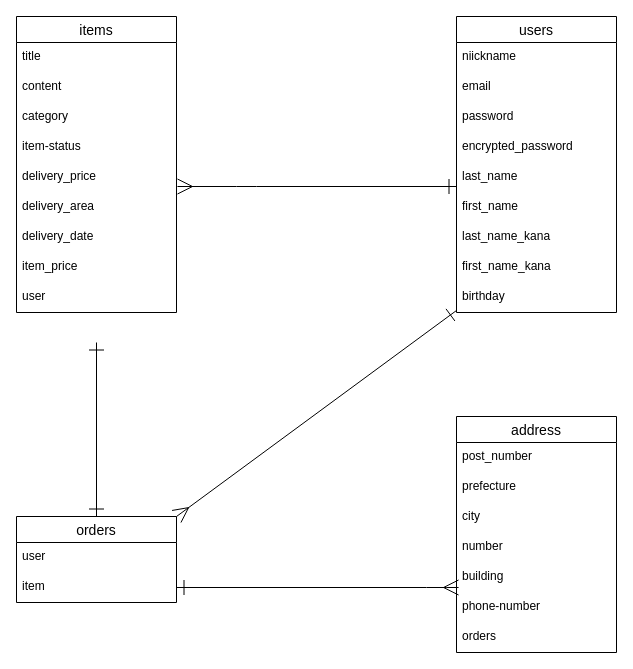
Before: test.dio in kiki2613/furima-40936, a draw.io diagram. Source tidied: cells renumbered, new cells numbered last; positions are measured from the earlier drawing's top-left corner, leaving out a move shared by most shapes. Both pictures are drawn from the tidied source at 100%, with x=0, y=0 at pixel (16, 16).
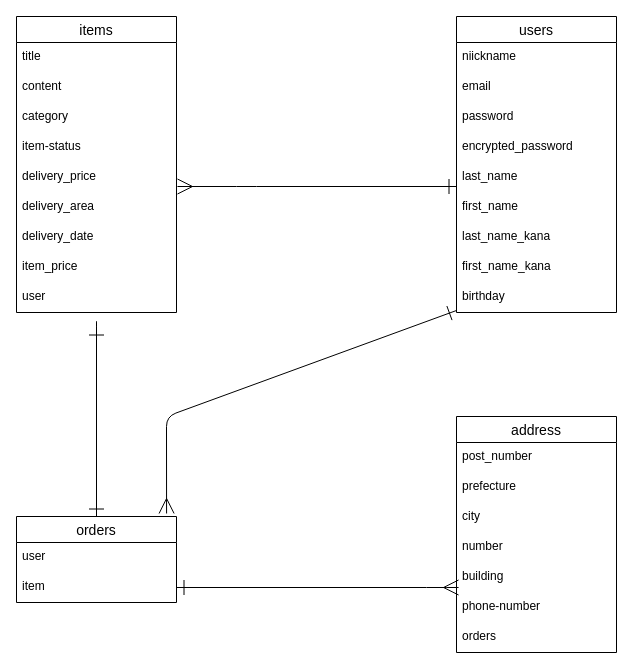
After the change.

Unchanged cells that the change refers to:
```xml
<mxCell id="12" value="orders" style="swimlane;fontStyle=0;horizontal=1;startSize=26;align=center;fontSize=14;" parent="1" vertex="1">
  <mxGeometry y="500" width="160" height="86" as="geometry" />
</mxCell>
<mxCell id="32" value="birthday" style="text;strokeColor=none;fillColor=none;spacingLeft=4;spacingRight=4;overflow=hidden;points=[[0,0.5],[1,0.5]];portConstraint=eastwest;fontSize=12;" parent="23" vertex="1">
  <mxGeometry y="266" width="160" height="30" as="geometry" />
</mxCell>
```

Diff of the diagram source:
```diff
@@
-    <mxCell id="34" style="edgeStyle=none;html=1;startArrow=ERone;startFill=0;endArrow=ERmany;endFill=0;startSize=13;endSize=13;exitX=0;exitY=0.933;exitDx=0;exitDy=0;exitPerimeter=0;entryX=1;entryY=0;entryDx=0;entryDy=0;" parent="1" edge="1" source="32" target="12">
-      <mxGeometry relative="1" as="geometry" />
+    <mxCell id="34" style="edgeStyle=none;html=1;startArrow=ERone;startFill=0;endArrow=ERmany;endFill=0;startSize=13;endSize=13;exitX=0;exitY=0.933;exitDx=0;exitDy=0;exitPerimeter=0;entryX=0.938;entryY=-0.035;entryDx=0;entryDy=0;entryPerimeter=0;" parent="1" edge="1" source="32" target="12">
+      <mxGeometry relative="1" as="geometry">
+        <Array as="points">
+          <mxPoint x="150" y="400" />
+        </Array>
+      </mxGeometry>
     </mxCell>
     <mxCell id="35" style="edgeStyle=none;html=1;entryX=0.5;entryY=0;entryDx=0;entryDy=0;startArrow=ERone;startFill=0;endArrow=ERone;endFill=0;startSize=13;endSize=13;" parent="1" edge="1" target="12">
       <mxGeometry relative="1" as="geometry">
         <mxPoint x="80" y="326" as="sourcePoint" />
+        <Array as="points">
+          <mxPoint x="80" y="300" />
+        </Array>
       </mxGeometry>
     </mxCell>
```
